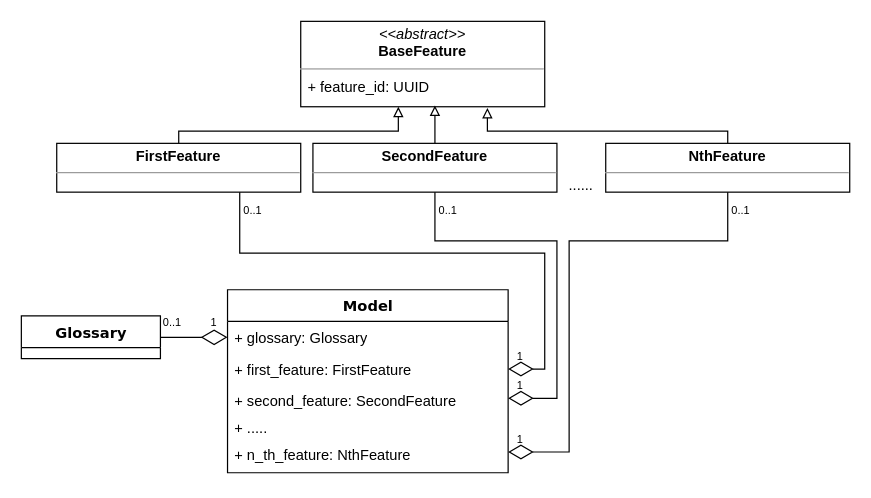
The draw.io diagram master/sources/diploma/architecture/diagrams/model/classes.drawio in stalker-fc/diploma, before the edit. Source tidied: cells renumbered, new cells numbered last; positions are measured from the earlier drawing's top-left corner, leaving out a move shared by most shapes. Both pictures are drawn from the tidied source at 122%, with x=0, y=0 at pixel (21, 21).
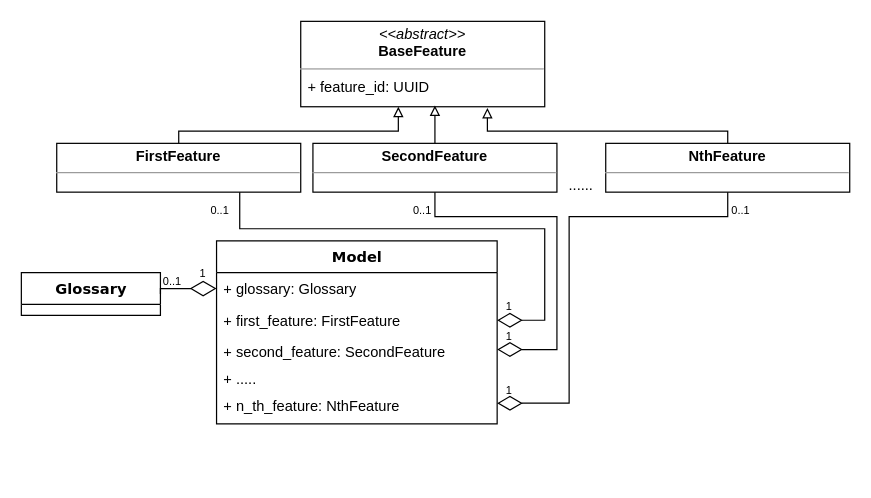
After the change.

Unchanged cells that the change refers to:
```xml
<mxCell id="7" value="+ first_feature: FirstFeature" style="text;html=1;strokeColor=none;fillColor=none;align=left;verticalAlign=top;spacingLeft=4;spacingRight=4;whiteSpace=wrap;overflow=hidden;points=[[0,0.5],[1,0.5]];portConstraint=eastwest;" parent="5" vertex="1">
  <mxGeometry y="52" width="230" height="26" as="geometry" />
</mxCell>
<mxCell id="8" value="+ second_feature: SecondFeature" style="text;html=1;strokeColor=none;fillColor=none;align=left;verticalAlign=top;spacingLeft=4;spacingRight=4;whiteSpace=wrap;overflow=hidden;points=[[0,0.5],[1,0.5]];portConstraint=eastwest;" parent="5" vertex="1">
  <mxGeometry y="78" width="230" height="22" as="geometry" />
</mxCell>
<mxCell id="10" value="+ n_th_feature: NthFeature" style="text;html=1;strokeColor=none;fillColor=none;align=left;verticalAlign=top;spacingLeft=4;spacingRight=4;whiteSpace=wrap;overflow=hidden;points=[[0,0.5],[1,0.5]];portConstraint=eastwest;" parent="5" vertex="1">
  <mxGeometry y="122" width="230" height="22" as="geometry" />
</mxCell>
<mxCell id="13" value="&lt;p style=&quot;margin: 0px ; margin-top: 4px ; text-align: center&quot;&gt;&lt;b&gt;FirstFeature&lt;/b&gt;&lt;br&gt;&lt;/p&gt;&lt;hr size=&quot;1&quot;&gt;&lt;p style=&quot;margin: 0px ; margin-left: 4px&quot;&gt;&lt;br&gt;&lt;/p&gt;" style="verticalAlign=top;align=left;overflow=fill;fontSize=12;fontFamily=Helvetica;html=1;rounded=0;shadow=0;comic=0;labelBackgroundColor=none;strokeWidth=1;" parent="12" vertex="1">
  <mxGeometry width="200" height="40" as="geometry" />
</mxCell>
<mxCell id="15" value="&lt;p style=&quot;margin: 0px ; margin-top: 4px ; text-align: center&quot;&gt;&lt;b&gt;SecondFeature&lt;/b&gt;&lt;br&gt;&lt;/p&gt;&lt;hr size=&quot;1&quot;&gt;&lt;p style=&quot;margin: 0px ; margin-left: 4px&quot;&gt;&lt;br&gt;&lt;/p&gt;" style="verticalAlign=top;align=left;overflow=fill;fontSize=12;fontFamily=Helvetica;html=1;rounded=0;shadow=0;comic=0;labelBackgroundColor=none;strokeWidth=1;" parent="14" vertex="1">
  <mxGeometry width="200" height="40" as="geometry" />
</mxCell>
<mxCell id="17" value="&lt;p style=&quot;margin: 0px ; margin-top: 4px ; text-align: center&quot;&gt;&lt;b&gt;NthFeature&lt;/b&gt;&lt;br&gt;&lt;/p&gt;&lt;hr size=&quot;1&quot;&gt;&lt;p style=&quot;margin: 0px ; margin-left: 4px&quot;&gt;&lt;br&gt;&lt;/p&gt;" style="verticalAlign=top;align=left;overflow=fill;fontSize=12;fontFamily=Helvetica;html=1;rounded=0;shadow=0;comic=0;labelBackgroundColor=none;strokeWidth=1;" parent="16" vertex="1">
  <mxGeometry width="200" height="40" as="geometry" />
</mxCell>
```

The edit, as a diff of the source:
```diff
@@
     <mxCell id="5" value="Model" style="swimlane;html=1;fontStyle=1;align=center;verticalAlign=top;horizontal=1;startSize=26;swimlaneFillColor=#ffffff;rounded=0;shadow=0;comic=0;labelBackgroundColor=none;strokeWidth=1;fillColor=none;fontFamily=Verdana;fontSize=12;" parent="1" vertex="1">
-      <mxGeometry x="169" y="220" width="230" height="150" as="geometry" />
+      <mxGeometry x="160" y="180" width="230" height="150" as="geometry" />
     </mxCell>
@@
     <mxCell id="11" value="Glossary" style="swimlane;html=1;fontStyle=1;align=center;verticalAlign=top;horizontal=1;startSize=26;swimlaneFillColor=#ffffff;rounded=0;shadow=0;comic=0;labelBackgroundColor=none;strokeWidth=1;fillColor=none;fontFamily=Verdana;fontSize=12;" parent="1" vertex="1">
-      <mxGeometry y="241.5" width="114" height="35" as="geometry" />
+      <mxGeometry y="206" width="114" height="35" as="geometry" />
     </mxCell>
@@
     <mxCell id="23" style="edgeStyle=orthogonalEdgeStyle;rounded=0;jettySize=auto;html=1;exitX=1;exitY=0.5;exitDx=0;exitDy=0;entryX=0.75;entryY=1;entryDx=0;entryDy=0;endArrow=none;endFill=0;startArrow=diamondThin;startFill=0;endSize=18;startSize=18;" parent="1" edge="1" source="7" target="13">
       <mxGeometry relative="1" as="geometry">
         <Array as="points">
-          <mxPoint x="429" y="285" />
-          <mxPoint x="429" y="190" />
-          <mxPoint x="179" y="190" />
+          <mxPoint x="429" y="245" />
+          <mxPoint x="429" y="170" />
+          <mxPoint x="179" y="170" />
         </Array>
       </mxGeometry>
     </mxCell>
-    <mxCell id="24" style="edgeStyle=orthogonalEdgeStyle;rounded=0;jettySize=auto;html=1;exitX=1;exitY=0.5;exitDx=0;exitDy=0;entryX=0.5;entryY=1;entryDx=0;entryDy=0;endArrow=none;endFill=0;startArrow=diamondThin;startFill=0;endSize=18;startSize=18;" parent="1" edge="1" source="8" target="15">
+    <mxCell id="24" style="edgeStyle=orthogonalEdgeStyle;rounded=0;orthogonalLoop=1;jettySize=auto;html=1;exitX=1;exitY=0.5;exitDx=0;exitDy=0;entryX=0.5;entryY=1;entryDx=0;entryDy=0;endArrow=none;endFill=0;startArrow=diamondThin;startFill=0;endSize=18;startSize=18;" parent="1" edge="1">
       <mxGeometry relative="1" as="geometry">
+        <mxPoint x="390" y="269" as="sourcePoint" />
+        <mxPoint x="339" y="140" as="targetPoint" />
         <Array as="points">
-          <mxPoint x="439" y="309" />
-          <mxPoint x="439" y="180" />
-          <mxPoint x="339" y="180" />
+          <mxPoint x="439" y="269" />
+          <mxPoint x="439" y="160" />
+          <mxPoint x="339" y="160" />
         </Array>
       </mxGeometry>
     </mxCell>
     <mxCell id="25" style="edgeStyle=orthogonalEdgeStyle;rounded=0;jettySize=auto;html=1;exitX=1;exitY=0.5;exitDx=0;exitDy=0;entryX=0.5;entryY=1;entryDx=0;entryDy=0;endArrow=none;endFill=0;startArrow=diamondThin;startFill=0;endSize=18;startSize=18;" parent="1" edge="1" source="10" target="17">
       <mxGeometry relative="1" as="geometry">
         <Array as="points">
-          <mxPoint x="449" y="353" />
-          <mxPoint x="449" y="180" />
-          <mxPoint x="579" y="180" />
+          <mxPoint x="449" y="313" />
+          <mxPoint x="449" y="160" />
+          <mxPoint x="579" y="160" />
         </Array>
       </mxGeometry>
     </mxCell>
     <mxCell id="26" value="0..1" style="text;html=1;strokeColor=none;fillColor=none;align=center;verticalAlign=middle;whiteSpace=wrap;rounded=0;fontSize=9;" parent="1" vertex="1">
-      <mxGeometry x="114" y="241.5" width="20" height="10" as="geometry" />
+      <mxGeometry x="114" y="208.5" width="20" height="10" as="geometry" />
     </mxCell>
     <mxCell id="27" value="1" style="text;html=1;strokeColor=none;fillColor=none;align=center;verticalAlign=middle;whiteSpace=wrap;rounded=0;fontSize=9;" parent="1" vertex="1">
-      <mxGeometry x="153" y="241.5" width="10" height="10" as="geometry" />
+      <mxGeometry x="144" y="202" width="10" height="10" as="geometry" />
     </mxCell>
     <mxCell id="28" value="0..1" style="text;html=1;strokeColor=none;fillColor=none;align=center;verticalAlign=middle;whiteSpace=wrap;rounded=0;fontSize=9;" parent="1" vertex="1">
-      <mxGeometry x="180" y="150" width="20" height="10" as="geometry" />
+      <mxGeometry x="153" y="150" width="20" height="10" as="geometry" />
     </mxCell>
     <mxCell id="29" value="1" style="text;html=1;strokeColor=none;fillColor=none;align=center;verticalAlign=middle;whiteSpace=wrap;rounded=0;fontSize=9;" parent="1" vertex="1">
-      <mxGeometry x="404" y="338" width="10" height="10" as="geometry" />
+      <mxGeometry x="395" y="298" width="10" height="10" as="geometry" />
     </mxCell>
     <mxCell id="30" value="1" style="text;html=1;strokeColor=none;fillColor=none;align=center;verticalAlign=middle;whiteSpace=wrap;rounded=0;fontSize=9;" parent="1" vertex="1">
-      <mxGeometry x="404" y="294" width="10" height="10" as="geometry" />
+      <mxGeometry x="395" y="254" width="10" height="10" as="geometry" />
     </mxCell>
     <mxCell id="31" value="1" style="text;html=1;strokeColor=none;fillColor=none;align=center;verticalAlign=middle;whiteSpace=wrap;rounded=0;fontSize=9;" parent="1" vertex="1">
-      <mxGeometry x="404" y="269.5" width="10" height="10" as="geometry" />
+      <mxGeometry x="395" y="229" width="10" height="10" as="geometry" />
     </mxCell>
     <mxCell id="32" value="0..1" style="text;html=1;strokeColor=none;fillColor=none;align=center;verticalAlign=middle;whiteSpace=wrap;rounded=0;fontSize=9;" parent="1" vertex="1">
-      <mxGeometry x="340" y="150" width="20" height="10" as="geometry" />
+      <mxGeometry x="319" y="150" width="20" height="10" as="geometry" />
     </mxCell>
```
